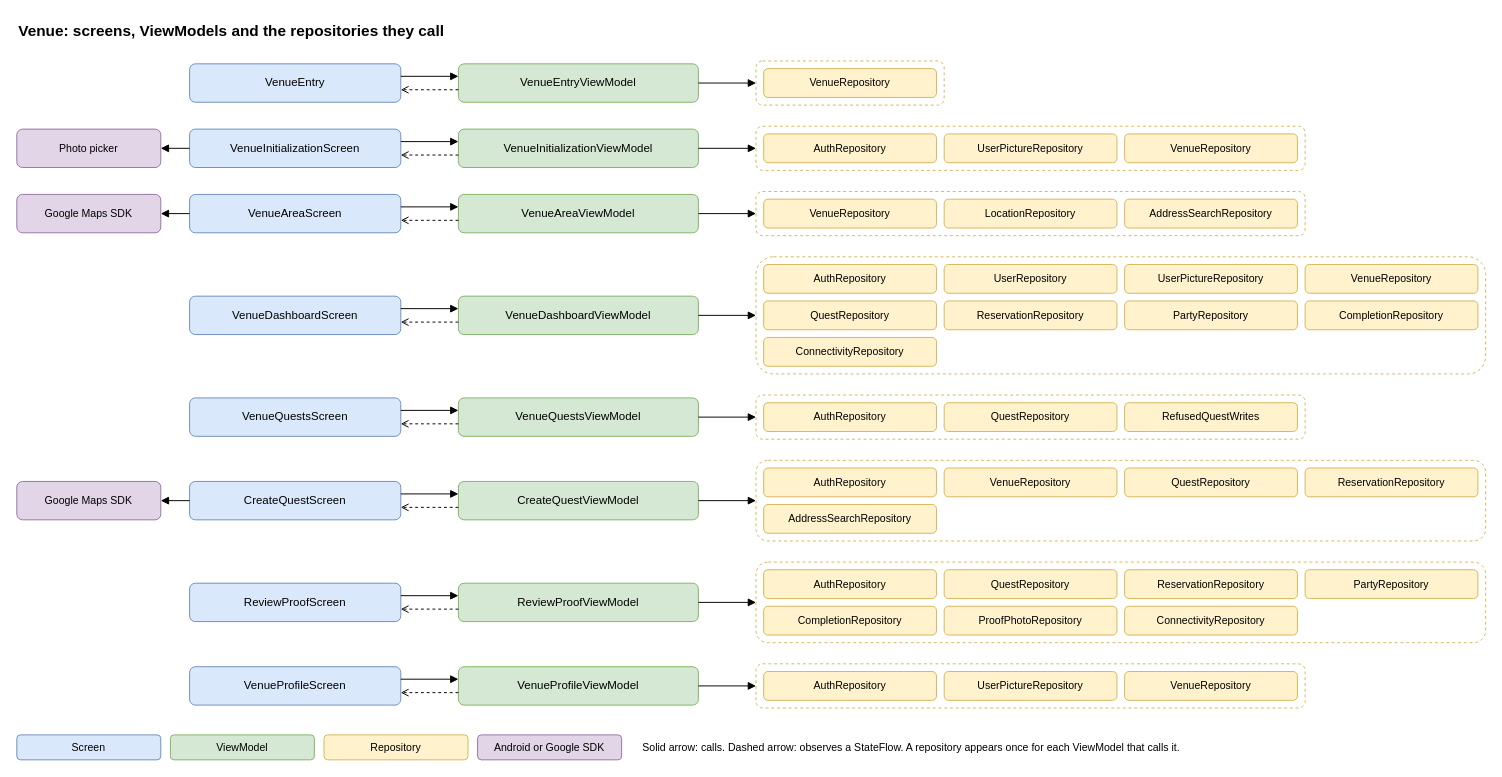
Above: page "Venue" (3 of 6) of docs/architecture/around-architecture-diagram-editable.drawio in AroundTeam2026/AroundApp (draw.io), before the change. Source tidied: cells renumbered, new cells numbered last; positions are measured from the earlier drawing's top-left corner, leaving out a move shared by most shapes. Both pictures are drawn from the tidied source at 96%, with x=0, y=0 at pixel (16, 16).
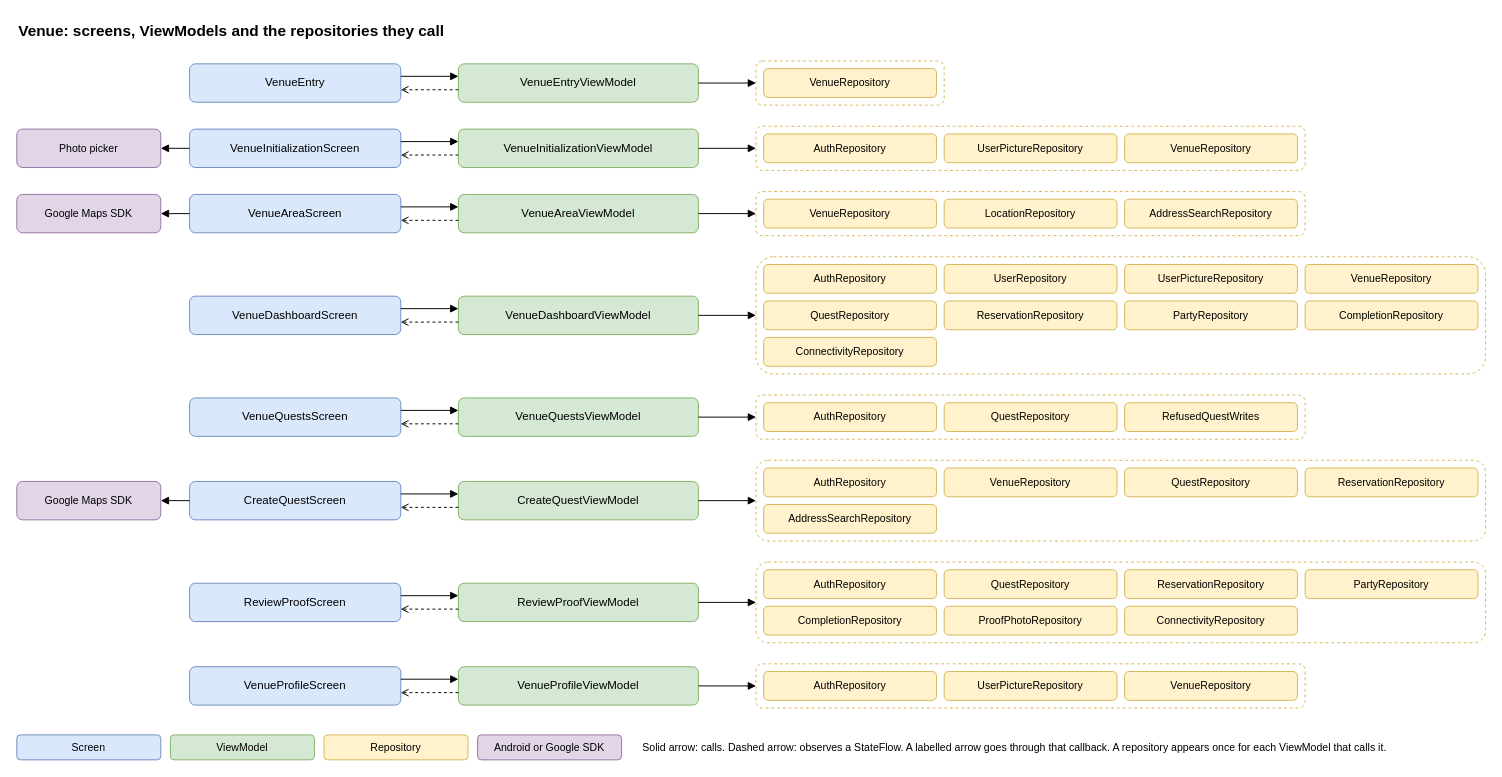
The same diagram, later.

Commit message (it also covers changes not shown here):
docs(architecture): show sign-out through onSignOut

ProfileScreen and VenueProfileScreen don't hold ProfileViewModel:
each gets an onSignOut callback, and ProfileViewModel has no
StateFlow to observe. Label those arrows onSignOut and drop the
dashed ones, as asked in review. ProfileScreen is also given
ProfileSetupViewModel, so the Explorer image now links it too.

The edit, as a diff of the source:
```diff
@@
-    <mxCell id="95" value="Solid arrow: calls. Dashed arrow: observes a StateFlow. A repository appears once for each ViewModel that calls it." style="text;html=1;align=left;verticalAlign=middle;fontSize=11;" parent="1" vertex="1">
+    <mxCell id="95" value="Solid arrow: calls. Dashed arrow: observes a StateFlow. A labelled arrow goes through that callback. A repository appears once for each ViewModel that calls it." style="text;html=1;align=left;verticalAlign=middle;fontSize=11;" parent="1" vertex="1">
       <mxGeometry x="650" y="748" width="700" height="26" as="geometry" />
     </mxCell>
```
